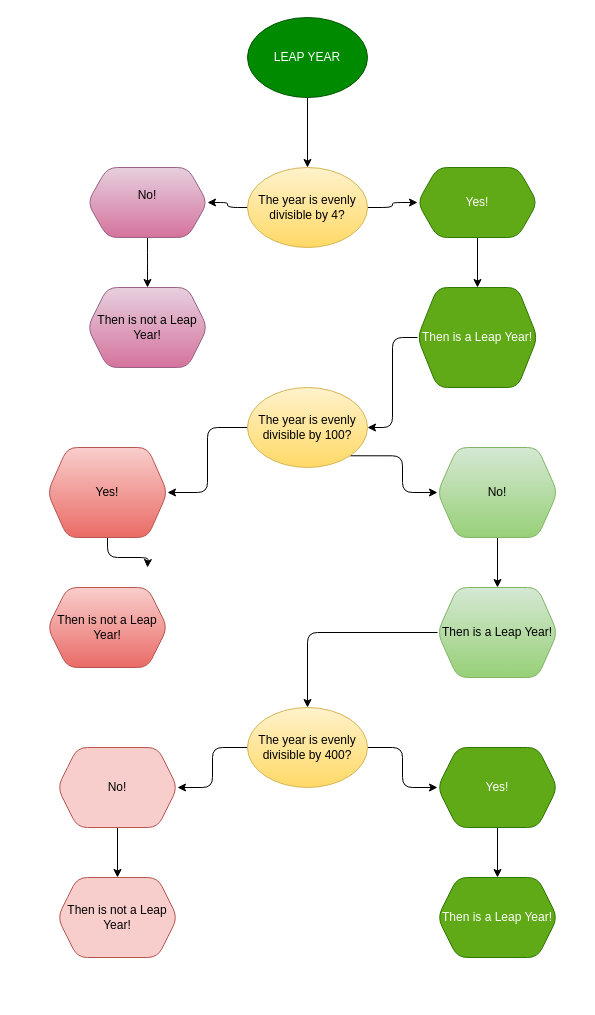
Above: Diagramă_LeapYear.drawio in hellensoro/LeapYear (draw.io), before the change. Source tidied: cells renumbered, new cells numbered last; positions are measured from the earlier drawing's top-left corner, leaving out a move shared by most shapes. Both pictures are drawn from the tidied source at 100%, with x=0, y=0 at pixel (47, 17).
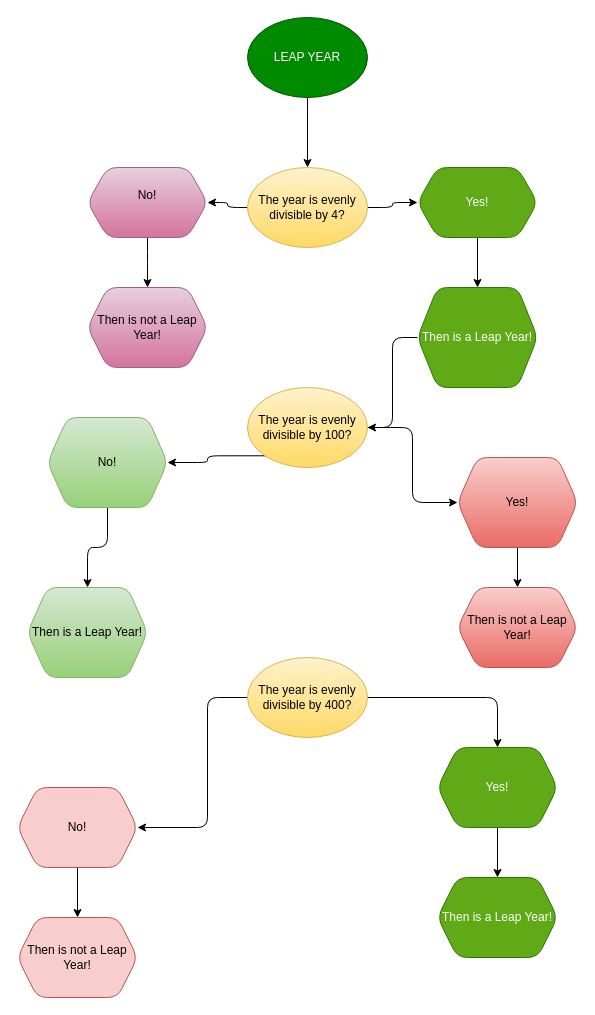
The same page after the edit.

The edit, as a diff of the source:
```diff
@@
-    <mxCell id="18" style="edgeStyle=orthogonalEdgeStyle;rounded=1;jettySize=auto;html=1;" parent="1" edge="1" source="19">
-      <mxGeometry relative="1" as="geometry">
-        <mxPoint x="100" y="550" as="targetPoint" />
-      </mxGeometry>
-    </mxCell>
+    <mxCell id="36" style="edgeStyle=orthogonalEdgeStyle;rounded=0;jettySize=auto;html=1;entryX=0.5;entryY=0;entryDx=0;entryDy=0;" parent="1" edge="1" source="19" target="35">
+      <mxGeometry relative="1" as="geometry" />
+    </mxCell>
     <mxCell id="19" value="Yes!" style="shape=hexagon;perimeter=hexagonPerimeter2;whiteSpace=wrap;html=1;fixedSize=1;fillColor=#f8cecc;strokeColor=#b85450;gradientColor=#ea6b66;rounded=1;" parent="1" vertex="1">
-      <mxGeometry y="430" width="120" height="90" as="geometry" />
+      <mxGeometry x="410" y="440" width="120" height="90" as="geometry" />
     </mxCell>
@@
     <mxCell id="22" value="No!" style="shape=hexagon;perimeter=hexagonPerimeter2;whiteSpace=wrap;html=1;fixedSize=1;fillColor=#d5e8d4;strokeColor=#82b366;gradientColor=#97d077;rounded=1;" parent="1" vertex="1">
-      <mxGeometry x="390" y="430" width="120" height="90" as="geometry" />
+      <mxGeometry y="400" width="120" height="90" as="geometry" />
     </mxCell>
-    <mxCell id="23" style="edgeStyle=orthogonalEdgeStyle;rounded=1;jettySize=auto;html=1;" parent="1" edge="1" source="24" target="27">
-      <mxGeometry relative="1" as="geometry" />
-    </mxCell>
     <mxCell id="24" value="Then is a Leap Year!" style="shape=hexagon;perimeter=hexagonPerimeter2;whiteSpace=wrap;html=1;fixedSize=1;fillColor=#d5e8d4;strokeColor=#82b366;gradientColor=#97d077;rounded=1;" parent="1" vertex="1">
-      <mxGeometry x="390" y="570" width="120" height="90" as="geometry" />
+      <mxGeometry x="-20" y="570" width="120" height="90" as="geometry" />
     </mxCell>
@@
     <mxCell id="26" style="edgeStyle=orthogonalEdgeStyle;rounded=1;jettySize=auto;html=1;" parent="1" edge="1" source="27" target="32">
-      <mxGeometry relative="1" as="geometry" />
+      <mxGeometry relative="1" as="geometry">
+        <Array as="points">
+          <mxPoint x="160" y="680" />
+          <mxPoint x="160" y="810" />
+        </Array>
+      </mxGeometry>
     </mxCell>
     <mxCell id="27" value="The year is evenly divisible by 400?" style="ellipse;whiteSpace=wrap;html=1;fillColor=#fff2cc;strokeColor=#d6b656;gradientColor=#ffd966;rounded=1;" parent="1" vertex="1">
-      <mxGeometry x="200" y="690" width="120" height="80" as="geometry" />
+      <mxGeometry x="200" y="640" width="120" height="80" as="geometry" />
     </mxCell>
@@
-    <mxCell id="30" style="edgeStyle=orthogonalEdgeStyle;rounded=1;jettySize=auto;html=1;" parent="1" edge="1" source="32">
-      <mxGeometry relative="1" as="geometry">
-        <mxPoint x="100" y="800" as="targetPoint" />
-        <Array as="points">
-          <mxPoint x="100" y="785" />
-          <mxPoint x="101" y="785" />
-        </Array>
-      </mxGeometry>
-    </mxCell>
@@
     <mxCell id="32" value="No!" style="shape=hexagon;perimeter=hexagonPerimeter2;whiteSpace=wrap;html=1;fixedSize=1;fillColor=#f8cecc;strokeColor=#b85450;rounded=1;" parent="1" vertex="1">
-      <mxGeometry x="10" y="730" width="120" height="80" as="geometry" />
+      <mxGeometry x="-30" y="770" width="120" height="80" as="geometry" />
     </mxCell>
     <mxCell id="33" value="Then is not a Leap Year!" style="shape=hexagon;perimeter=hexagonPerimeter2;whiteSpace=wrap;html=1;fixedSize=1;fillColor=#f8cecc;strokeColor=#b85450;rounded=1;" parent="1" vertex="1">
-      <mxGeometry x="10" y="860" width="120" height="80" as="geometry" />
+      <mxGeometry x="-30" y="900" width="120" height="80" as="geometry" />
     </mxCell>
@@
     <mxCell id="35" value="Then is not a Leap Year!" style="shape=hexagon;perimeter=hexagonPerimeter2;whiteSpace=wrap;html=1;fixedSize=1;fillColor=#f8cecc;strokeColor=#b85450;gradientColor=#ea6b66;rounded=1;" parent="1" vertex="1">
-      <mxGeometry y="570" width="120" height="80" as="geometry" />
+      <mxGeometry x="410" y="570" width="120" height="80" as="geometry" />
     </mxCell>
```
